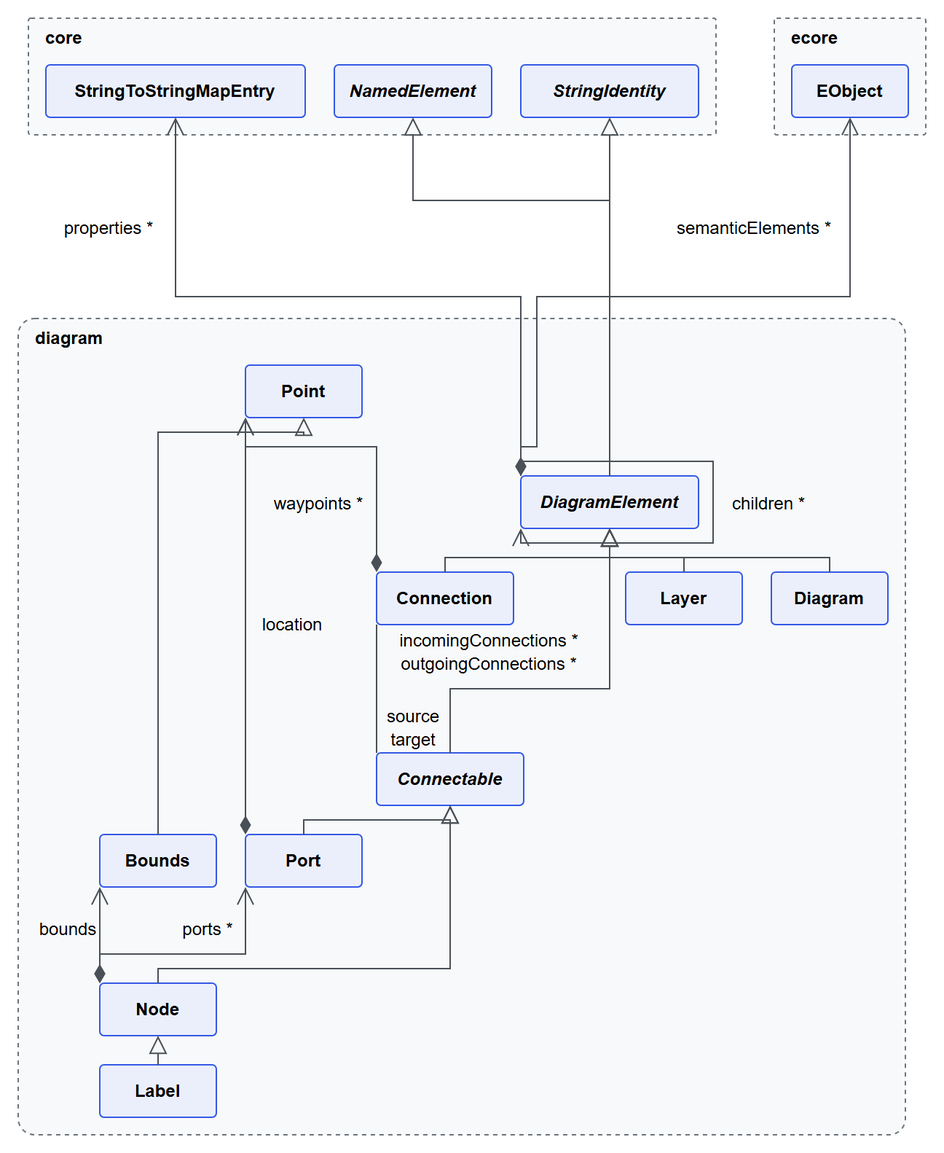
Earlier version of the draw.io export models/diagram/elk/src/test/resources/org/nasdanika/sdk/runtime/models/diagram/elk/tests/diagram-package.png (Nasdanika-SDK/runtime). Source tidied: cells renumbered, new cells last; positions are measured from the earlier drawing's top-left corner, leaving out a move shared by most shapes.
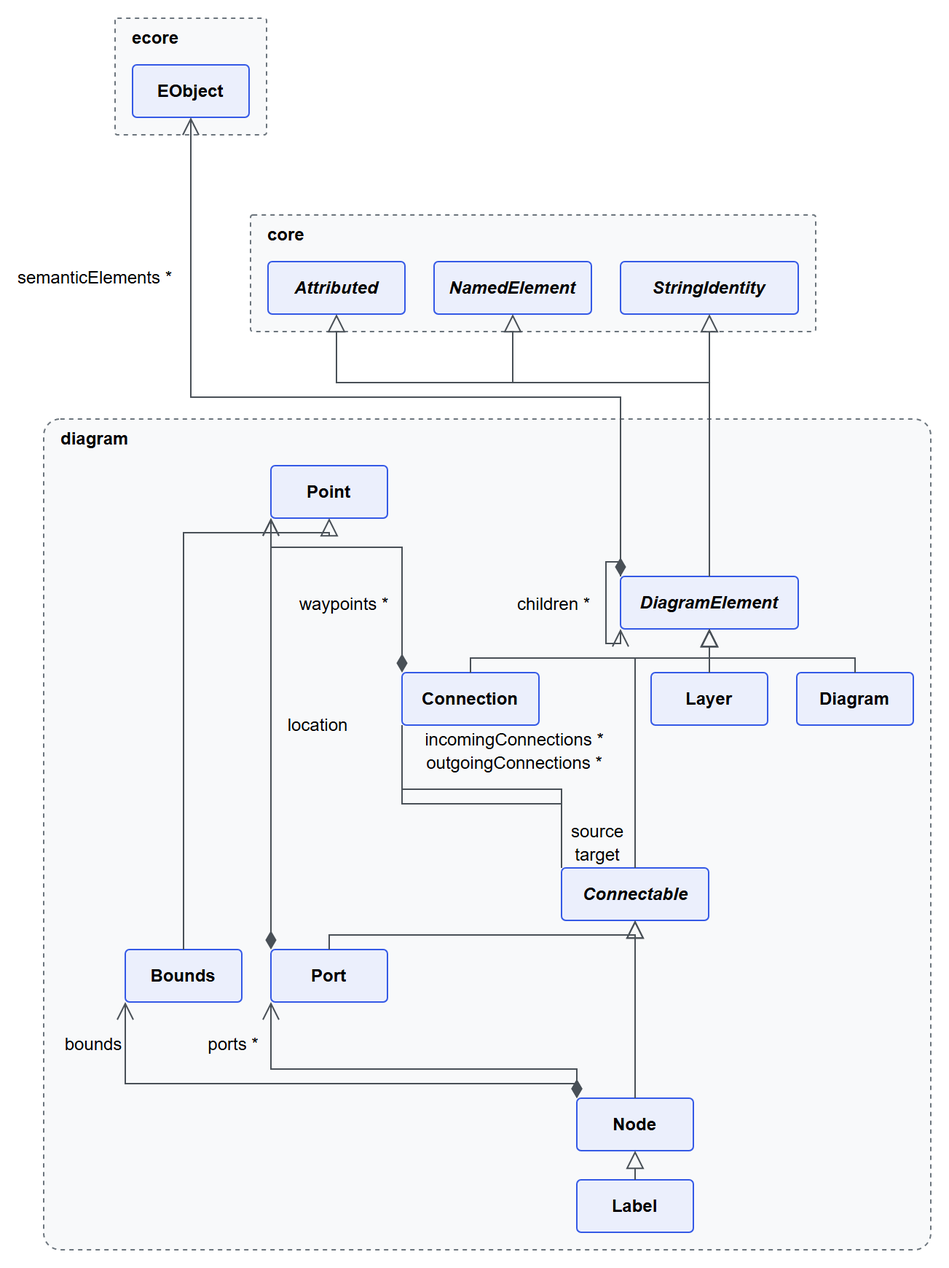
The same file after the commit.

Change to the diagram source:
```diff
@@ -3,16 +3,16 @@
     <mxCell id="0" />
     <mxCell id="1" parent="0" />
     <mxCell id="2" value="diagram" style="rounded=1;arcSize=2;whiteSpace=wrap;html=1;verticalAlign=top;align=left;spacingLeft=10;fontStyle=1;fontSize=12;fillColor=#F8F9FA;strokeColor=#6C757D;dashed=1;" parent="1" vertex="1">
-      <mxGeometry y="206" width="609" height="560" as="geometry" />
+      <mxGeometry x="29" y="275" width="609" height="570" as="geometry" />
     </mxCell>
     <mxCell id="3" value="Point" style="rounded=1;arcSize=8;whiteSpace=wrap;html=1;fillColor=#EBEFFC;strokeColor=#3459E6;fontSize=12;fontStyle=1;" parent="2" vertex="1">
       <mxGeometry x="156" y="32" width="80" height="36" as="geometry" />
     </mxCell>
     <mxCell id="4" value="Bounds" style="rounded=1;arcSize=8;whiteSpace=wrap;html=1;fillColor=#EBEFFC;strokeColor=#3459E6;fontSize=12;fontStyle=1;" parent="2" vertex="1">
-      <mxGeometry x="56" y="354" width="80" height="36" as="geometry" />
+      <mxGeometry x="56" y="364" width="80" height="36" as="geometry" />
     </mxCell>
     <mxCell id="5" value="DiagramElement" style="rounded=1;arcSize=8;whiteSpace=wrap;html=1;fillColor=#EBEFFC;strokeColor=#3459E6;fontSize=12;fontStyle=3;" parent="2" vertex="1">
-      <mxGeometry x="345" y="108" width="122" height="36" as="geometry" />
+      <mxGeometry x="396" y="108" width="122" height="36" as="geometry" />
     </mxCell>
     <mxCell id="6" value="Diagram" style="rounded=1;arcSize=8;whiteSpace=wrap;html=1;fillColor=#EBEFFC;strokeColor=#3459E6;fontSize=12;fontStyle=1;" parent="2" vertex="1">
       <mxGeometry x="517" y="174" width="80" height="36" as="geometry" />
@@ -21,34 +21,34 @@
       <mxGeometry x="417" y="174" width="80" height="36" as="geometry" />
     </mxCell>
     <mxCell id="8" value="Connectable" style="rounded=1;arcSize=8;whiteSpace=wrap;html=1;fillColor=#EBEFFC;strokeColor=#3459E6;fontSize=12;fontStyle=3;" parent="2" vertex="1">
-      <mxGeometry x="246" y="298" width="101" height="36" as="geometry" />
+      <mxGeometry x="355.5" y="308" width="101" height="36" as="geometry" />
     </mxCell>
     <mxCell id="9" value="Node" style="rounded=1;arcSize=8;whiteSpace=wrap;html=1;fillColor=#EBEFFC;strokeColor=#3459E6;fontSize=12;fontStyle=1;" parent="2" vertex="1">
-      <mxGeometry x="56" y="456" width="80" height="36" as="geometry" />
+      <mxGeometry x="366" y="466" width="80" height="36" as="geometry" />
     </mxCell>
     <mxCell id="10" value="Port" style="rounded=1;arcSize=8;whiteSpace=wrap;html=1;fillColor=#EBEFFC;strokeColor=#3459E6;fontSize=12;fontStyle=1;" parent="2" vertex="1">
-      <mxGeometry x="156" y="354" width="80" height="36" as="geometry" />
+      <mxGeometry x="156" y="364" width="80" height="36" as="geometry" />
     </mxCell>
     <mxCell id="11" value="Connection" style="rounded=1;arcSize=8;whiteSpace=wrap;html=1;fillColor=#EBEFFC;strokeColor=#3459E6;fontSize=12;fontStyle=1;" parent="2" vertex="1">
       <mxGeometry x="246" y="174" width="94" height="36" as="geometry" />
     </mxCell>
     <mxCell id="12" value="Label" style="rounded=1;arcSize=8;whiteSpace=wrap;html=1;fillColor=#EBEFFC;strokeColor=#3459E6;fontSize=12;fontStyle=1;" parent="2" vertex="1">
-      <mxGeometry x="56" y="512" width="80" height="36" as="geometry" />
+      <mxGeometry x="366" y="522" width="80" height="36" as="geometry" />
     </mxCell>
     <mxCell id="13" value="core" style="rounded=1;arcSize=2;whiteSpace=wrap;html=1;verticalAlign=top;align=left;spacingLeft=10;fontStyle=1;fontSize=12;fillColor=#F8F9FA;strokeColor=#6C757D;dashed=1;" parent="1" vertex="1">
-      <mxGeometry x="7" width="472" height="80" as="geometry" />
+      <mxGeometry x="171" y="135" width="388" height="80" as="geometry" />
     </mxCell>
     <mxCell id="14" value="NamedElement" style="rounded=1;arcSize=8;whiteSpace=wrap;html=1;fillColor=#EBEFFC;strokeColor=#3459E6;fontSize=12;fontStyle=3;" parent="13" vertex="1">
-      <mxGeometry x="210" y="32" width="108" height="36" as="geometry" />
+      <mxGeometry x="126" y="32" width="108" height="36" as="geometry" />
     </mxCell>
     <mxCell id="15" value="StringIdentity" style="rounded=1;arcSize=8;whiteSpace=wrap;html=1;fillColor=#EBEFFC;strokeColor=#3459E6;fontSize=12;fontStyle=3;" parent="13" vertex="1">
-      <mxGeometry x="338" y="32" width="122" height="36" as="geometry" />
+      <mxGeometry x="254" y="32" width="122" height="36" as="geometry" />
     </mxCell>
-    <mxCell id="16" value="StringToStringMapEntry" style="rounded=1;arcSize=8;whiteSpace=wrap;html=1;fillColor=#EBEFFC;strokeColor=#3459E6;fontSize=12;fontStyle=1;" parent="13" vertex="1">
-      <mxGeometry x="12" y="32" width="178" height="36" as="geometry" />
-    </mxCell>
+    <mxCell id="49" value="Attributed" style="rounded=1;arcSize=8;whiteSpace=wrap;html=1;fillColor=#EBEFFC;strokeColor=#3459E6;fontSize=12;fontStyle=3;" parent="13" vertex="1">
+      <mxGeometry x="12" y="32" width="94" height="36" as="geometry" />
+    </mxCell>
     <mxCell id="17" value="ecore" style="rounded=1;arcSize=2;whiteSpace=wrap;html=1;verticalAlign=top;align=left;spacingLeft=10;fontStyle=1;fontSize=12;fillColor=#F8F9FA;strokeColor=#6C757D;dashed=1;" parent="1" vertex="1">
-      <mxGeometry x="519" width="104" height="80" as="geometry" />
+      <mxGeometry x="78" width="104" height="80" as="geometry" />
     </mxCell>
     <mxCell id="18" value="EObject" style="rounded=1;arcSize=8;whiteSpace=wrap;html=1;fillColor=#EBEFFC;strokeColor=#3459E6;fontSize=12;fontStyle=1;" parent="17" vertex="1">
       <mxGeometry x="12" y="32" width="80" height="36" as="geometry" />
@@ -56,118 +56,106 @@
     <mxCell id="19" style="exitX=0.5;exitDx=0.0;exitY=0.0;exitDy=0;entryX=0.5;entryDx=0.0;entryY=1.0;entryDy=0;edgeStyle=none;rounded=0;html=1;endSize=10;startSize=10;strokeColor=#495057;startArrow=none;endArrow=block;endFill=0;" parent="1" edge="1" source="4" target="3">
       <mxGeometry relative="1" as="geometry">
         <Array as="points">
-          <mxPoint x="96" y="284" />
-          <mxPoint x="196" y="284" />
+          <mxPoint x="125" y="353" />
+          <mxPoint x="225" y="353" />
         </Array>
       </mxGeometry>
     </mxCell>
     <mxCell id="20" style="exitX=0.5;exitDx=0.0;exitY=0.0;exitDy=0;entryX=0.5;entryDx=0.0;entryY=1.0;entryDy=0;edgeStyle=none;rounded=0;html=1;endSize=10;startSize=10;strokeColor=#495057;startArrow=none;endArrow=block;endFill=0;" parent="1" edge="1" source="5" target="14">
       <mxGeometry relative="1" as="geometry">
         <Array as="points">
-          <mxPoint x="406" y="125" />
-          <mxPoint x="271" y="125" />
+          <mxPoint x="486" y="250" />
+          <mxPoint x="351" y="250" />
         </Array>
       </mxGeometry>
     </mxCell>
     <mxCell id="21" style="exitX=0.5;exitDx=0.0;exitY=0.0;exitDy=0;entryX=0.5;entryDx=0.0;entryY=1.0;entryDy=0;edgeStyle=none;rounded=0;html=1;endSize=10;startSize=10;strokeColor=#495057;startArrow=none;endArrow=block;endFill=0;" parent="1" edge="1" source="5" target="15">
       <mxGeometry relative="1" as="geometry" />
     </mxCell>
+    <mxCell id="50" style="exitX=0.5;exitDx=0.0;exitY=0.0;exitDy=0;entryX=0.5;entryDx=0.0;entryY=1.0;entryDy=0;edgeStyle=none;rounded=0;html=1;endSize=10;startSize=10;strokeColor=#495057;startArrow=none;endArrow=block;endFill=0;" parent="1" edge="1" source="5" target="49">
+      <mxGeometry relative="1" as="geometry">
+        <Array as="points">
+          <mxPoint x="486" y="250" />
+          <mxPoint x="230" y="250" />
+        </Array>
+      </mxGeometry>
+    </mxCell>
     <mxCell id="22" style="exitX=0.5;exitDx=0.0;exitY=0.0;exitDy=0;entryX=0.5;entryDx=0.0;entryY=1.0;entryDy=0;edgeStyle=none;rounded=0;html=1;endSize=10;startSize=10;strokeColor=#495057;startArrow=none;endArrow=block;endFill=0;" parent="1" edge="1" source="6" target="5">
       <mxGeometry relative="1" as="geometry">
         <Array as="points">
-          <mxPoint x="557" y="370" />
-          <mxPoint x="406" y="370" />
+          <mxPoint x="586" y="439" />
+          <mxPoint x="486" y="439" />
         </Array>
       </mxGeometry>
     </mxCell>
     <mxCell id="23" style="exitX=0.5;exitDx=0.0;exitY=0.0;exitDy=0;entryX=0.5;entryDx=0.0;entryY=1.0;entryDy=0;edgeStyle=none;rounded=0;html=1;endSize=10;startSize=10;strokeColor=#495057;startArrow=none;endArrow=block;endFill=0;" parent="1" edge="1" source="7" target="5">
-      <mxGeometry relative="1" as="geometry">
-        <Array as="points">
-          <mxPoint x="457" y="370" />
-          <mxPoint x="406" y="370" />
-        </Array>
-      </mxGeometry>
+      <mxGeometry relative="1" as="geometry" />
     </mxCell>
     <mxCell id="24" style="exitX=0.5;exitDx=0.0;exitY=0.0;exitDy=0;entryX=0.5;entryDx=0.0;entryY=1.0;entryDy=0;edgeStyle=none;rounded=0;html=1;endSize=10;startSize=10;strokeColor=#495057;startArrow=none;endArrow=block;endFill=0;" parent="1" edge="1" source="8" target="5">
       <mxGeometry relative="1" as="geometry">
         <Array as="points">
-          <mxPoint x="296.5" y="460" />
-          <mxPoint x="406" y="460" />
+          <mxPoint x="435" y="439" />
+          <mxPoint x="486" y="439" />
         </Array>
       </mxGeometry>
     </mxCell>
     <mxCell id="25" style="exitX=0.5;exitDx=0.0;exitY=0.0;exitDy=0;entryX=0.5;entryDx=0.0;entryY=1.0;entryDy=0;edgeStyle=none;rounded=0;html=1;endSize=10;startSize=10;strokeColor=#495057;startArrow=none;endArrow=block;endFill=0;" parent="1" edge="1" source="9" target="8">
-      <mxGeometry relative="1" as="geometry">
-        <Array as="points">
-          <mxPoint x="96" y="652" />
-          <mxPoint x="296.5" y="652" />
-        </Array>
-      </mxGeometry>
+      <mxGeometry relative="1" as="geometry" />
     </mxCell>
     <mxCell id="26" style="exitX=0.5;exitDx=0.0;exitY=0.0;exitDy=0;entryX=0.5;entryDx=0.0;entryY=1.0;entryDy=0;edgeStyle=none;rounded=0;html=1;endSize=10;startSize=10;strokeColor=#495057;startArrow=none;endArrow=block;endFill=0;" parent="1" edge="1" source="10" target="8">
       <mxGeometry relative="1" as="geometry">
         <Array as="points">
-          <mxPoint x="196" y="550" />
-          <mxPoint x="296.5" y="550" />
+          <mxPoint x="225" y="629" />
+          <mxPoint x="435" y="629" />
         </Array>
       </mxGeometry>
     </mxCell>
     <mxCell id="27" style="exitX=0.5;exitDx=0.0;exitY=0.0;exitDy=0;entryX=0.5;entryDx=0.0;entryY=1.0;entryDy=0;edgeStyle=none;rounded=0;html=1;endSize=10;startSize=10;strokeColor=#495057;startArrow=none;endArrow=block;endFill=0;" parent="1" edge="1" source="11" target="5">
       <mxGeometry relative="1" as="geometry">
         <Array as="points">
-          <mxPoint x="293" y="370" />
-          <mxPoint x="406" y="370" />
+          <mxPoint x="322" y="439" />
+          <mxPoint x="486" y="439" />
         </Array>
       </mxGeometry>
     </mxCell>
     <mxCell id="28" style="exitX=0.5;exitDx=0.0;exitY=0.0;exitDy=0;entryX=0.5;entryDx=0.0;entryY=1.0;entryDy=0;edgeStyle=none;rounded=0;html=1;endSize=10;startSize=10;strokeColor=#495057;startArrow=none;endArrow=block;endFill=0;" parent="1" edge="1" source="12" target="9">
       <mxGeometry relative="1" as="geometry" />
     </mxCell>
-    <mxCell id="29" style="exitX=0.0;exitDx=0.0;exitY=0.0;exitDy=0;entryX=0.5;entryDx=0.0;entryY=1.0;entryDy=0;edgeStyle=none;rounded=0;html=1;endSize=10;startSize=10;strokeColor=#495057;startArrow=diamondThin;startFill=1;endArrow=open;endFill=0;" parent="1" edge="1" source="5" target="16">
-      <mxGeometry relative="1" as="geometry">
-        <Array as="points">
-          <mxPoint x="345" y="191" />
-          <mxPoint x="108" y="191" />
-        </Array>
-      </mxGeometry>
-    </mxCell>
-    <mxCell id="30" value="properties *" style="edgeLabel;html=1;align=center;verticalAlign=middle;fontSize=12;labelBackgroundColor=none;" parent="29" vertex="1">
-      <mxGeometry relative="1" as="geometry">
-        <mxPoint x="-164.5" y="-48" as="offset" />
-      </mxGeometry>
-    </mxCell>
     <mxCell id="31" style="exitX=0.0;exitDx=0.0;exitY=0.0;exitDy=0;entryX=0.5;entryDx=0.0;entryY=1.0;entryDy=0;edgeStyle=none;rounded=0;html=1;endSize=10;startSize=10;strokeColor=#495057;startArrow=none;endArrow=open;endFill=0;" parent="1" edge="1" source="5" target="18">
       <mxGeometry relative="1" as="geometry">
         <Array as="points">
-          <mxPoint x="345" y="294" />
-          <mxPoint x="356" y="294" />
-          <mxPoint x="356" y="191" />
-          <mxPoint x="571" y="191" />
+          <mxPoint x="425" y="260" />
+          <mxPoint x="130" y="260" />
         </Array>
       </mxGeometry>
     </mxCell>
     <mxCell id="32" value="semanticElements *" style="edgeLabel;html=1;align=center;verticalAlign=middle;fontSize=12;labelBackgroundColor=none;" parent="31" vertex="1">
       <mxGeometry relative="1" as="geometry">
-        <mxPoint x="46" y="-48" as="offset" />
+        <mxPoint x="-180" y="-82.5" as="offset" />
       </mxGeometry>
     </mxCell>
     <mxCell id="33" style="exitX=0.0;exitDx=0.0;exitY=0.0;exitDy=0;entryX=0.0;entryDx=0.0;entryY=1.0;entryDy=0;edgeStyle=none;rounded=0;html=1;endSize=10;startSize=10;strokeColor=#495057;startArrow=diamondThin;startFill=1;endArrow=open;endFill=0;" parent="1" edge="1" source="5" target="5">
       <mxGeometry relative="1" as="geometry">
         <Array as="points">
-          <mxPoint x="345" y="304" />
-          <mxPoint x="477" y="304" />
-          <mxPoint x="477" y="360" />
-          <mxPoint x="345" y="360" />
+          <mxPoint x="425" y="373" />
+          <mxPoint x="415" y="373" />
+          <mxPoint x="415" y="429" />
+          <mxPoint x="425" y="429" />
         </Array>
       </mxGeometry>
     </mxCell>
     <mxCell id="34" value="children *" style="edgeLabel;html=1;align=center;verticalAlign=middle;fontSize=12;labelBackgroundColor=none;" parent="33" vertex="1">
       <mxGeometry relative="1" as="geometry">
-        <mxPoint x="37" as="offset" />
+        <mxPoint x="-37" as="offset" />
       </mxGeometry>
     </mxCell>
     <mxCell id="35" style="exitX=0.0;exitDx=0.0;exitY=0.0;exitDy=0;entryX=0.0;entryDx=0.0;entryY=1.0;entryDy=0;edgeStyle=none;rounded=0;html=1;endSize=10;startSize=10;strokeColor=#495057;startArrow=none;endArrow=none;" parent="1" edge="1" source="8" target="11">
-      <mxGeometry relative="1" as="geometry" />
+      <mxGeometry relative="1" as="geometry">
+        <Array as="points">
+          <mxPoint x="384.5" y="529" />
+          <mxPoint x="275" y="529" />
+        </Array>
+      </mxGeometry>
     </mxCell>
     <mxCell id="36" value="incomingConnections *" style="edgeLabel;html=1;align=center;verticalAlign=middle;fontSize=12;labelBackgroundColor=none;" parent="35" vertex="1">
       <mxGeometry x="1" relative="1" as="geometry">
@@ -180,7 +168,12 @@
       </mxGeometry>
     </mxCell>
     <mxCell id="38" style="exitX=0.0;exitDx=0.0;exitY=0.0;exitDy=0;entryX=0.0;entryDx=0.0;entryY=1.0;entryDy=0;edgeStyle=none;rounded=0;html=1;endSize=10;startSize=10;strokeColor=#495057;startArrow=none;endArrow=none;" parent="1" edge="1" source="8" target="11">
-      <mxGeometry relative="1" as="geometry" />
+      <mxGeometry relative="1" as="geometry">
+        <Array as="points">
+          <mxPoint x="384.5" y="539" />
+          <mxPoint x="275" y="539" />
+        </Array>
+      </mxGeometry>
     </mxCell>
     <mxCell id="39" value="outgoingConnections *" style="edgeLabel;html=1;align=center;verticalAlign=middle;fontSize=12;labelBackgroundColor=none;" parent="38" vertex="1">
       <mxGeometry x="1" relative="1" as="geometry">
@@ -193,24 +186,29 @@
       </mxGeometry>
     </mxCell>
     <mxCell id="41" style="exitX=0.0;exitDx=0.0;exitY=0.0;exitDy=0;entryX=0.0;entryDx=0.0;entryY=1.0;entryDy=0;edgeStyle=none;rounded=0;html=1;endSize=10;startSize=10;strokeColor=#495057;startArrow=diamondThin;startFill=1;endArrow=open;endFill=0;" parent="1" edge="1" source="9" target="4">
-      <mxGeometry relative="1" as="geometry" />
+      <mxGeometry relative="1" as="geometry">
+        <Array as="points">
+          <mxPoint x="395" y="731" />
+          <mxPoint x="85" y="731" />
+        </Array>
+      </mxGeometry>
     </mxCell>
     <mxCell id="42" value="bounds" style="edgeLabel;html=1;align=center;verticalAlign=middle;fontSize=12;labelBackgroundColor=none;" parent="41" vertex="1">
       <mxGeometry relative="1" as="geometry">
-        <mxPoint x="-23" y="-5" as="offset" />
+        <mxPoint x="-155" y="-28" as="offset" />
       </mxGeometry>
     </mxCell>
     <mxCell id="43" style="exitX=0.0;exitDx=0.0;exitY=0.0;exitDy=0;entryX=0.0;entryDx=0.0;entryY=1.0;entryDy=0;edgeStyle=none;rounded=0;html=1;endSize=10;startSize=10;strokeColor=#495057;startArrow=diamondThin;startFill=1;endArrow=open;endFill=0;" parent="1" edge="1" source="9" target="10">
       <mxGeometry relative="1" as="geometry">
         <Array as="points">
-          <mxPoint x="56" y="642" />
-          <mxPoint x="156" y="642" />
+          <mxPoint x="395" y="721" />
+          <mxPoint x="185" y="721" />
         </Array>
       </mxGeometry>
     </mxCell>
     <mxCell id="44" value="ports *" style="edgeLabel;html=1;align=center;verticalAlign=middle;fontSize=12;labelBackgroundColor=none;" parent="43" vertex="1">
       <mxGeometry relative="1" as="geometry">
-        <mxPoint x="10.5" y="-18" as="offset" />
+        <mxPoint x="-118.5" y="-18" as="offset" />
       </mxGeometry>
     </mxCell>
     <mxCell id="45" style="exitX=0.0;exitDx=0.0;exitY=0.0;exitDy=0;entryX=0.0;entryDx=0.0;entryY=1.0;entryDy=0;edgeStyle=none;rounded=0;html=1;endSize=10;startSize=10;strokeColor=#495057;startArrow=diamondThin;startFill=1;endArrow=open;endFill=0;" parent="1" edge="1" source="10" target="3">
@@ -218,14 +216,14 @@
     </mxCell>
     <mxCell id="46" value="location" style="edgeLabel;html=1;align=center;verticalAlign=middle;fontSize=12;labelBackgroundColor=none;" parent="45" vertex="1">
       <mxGeometry relative="1" as="geometry">
-        <mxPoint x="31" y="-2" as="offset" />
+        <mxPoint x="31" y="-7" as="offset" />
       </mxGeometry>
     </mxCell>
     <mxCell id="47" style="exitX=0.0;exitDx=0.0;exitY=0.0;exitDy=0;entryX=0.0;entryDx=0.0;entryY=1.0;entryDy=0;edgeStyle=none;rounded=0;html=1;endSize=10;startSize=10;strokeColor=#495057;startArrow=diamondThin;startFill=1;endArrow=open;endFill=0;" parent="1" edge="1" source="11" target="3">
       <mxGeometry relative="1" as="geometry">
         <Array as="points">
-          <mxPoint x="246" y="294" />
-          <mxPoint x="156" y="294" />
+          <mxPoint x="275" y="363" />
+          <mxPoint x="185" y="363" />
         </Array>
       </mxGeometry>
     </mxCell>
```
